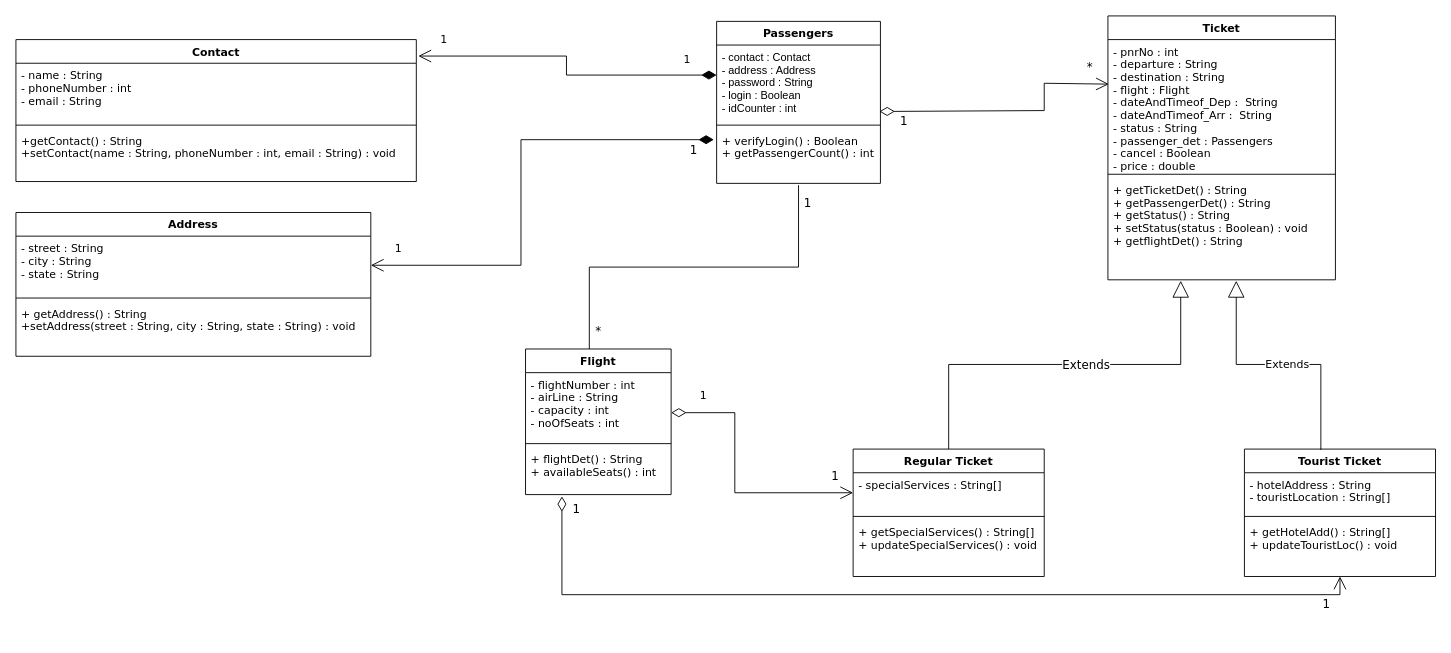
Before: FRS_ClassDiagram.drawio in Saurav-Chowdhury/Flight-Reservation-System, a draw.io diagram. Source tidied: cells renumbered, new cells numbered last; positions are measured from the earlier drawing's top-left corner, leaving out a move shared by most shapes. Both pictures are drawn from the tidied source at 91%, with x=0, y=0 at pixel (15, 15).
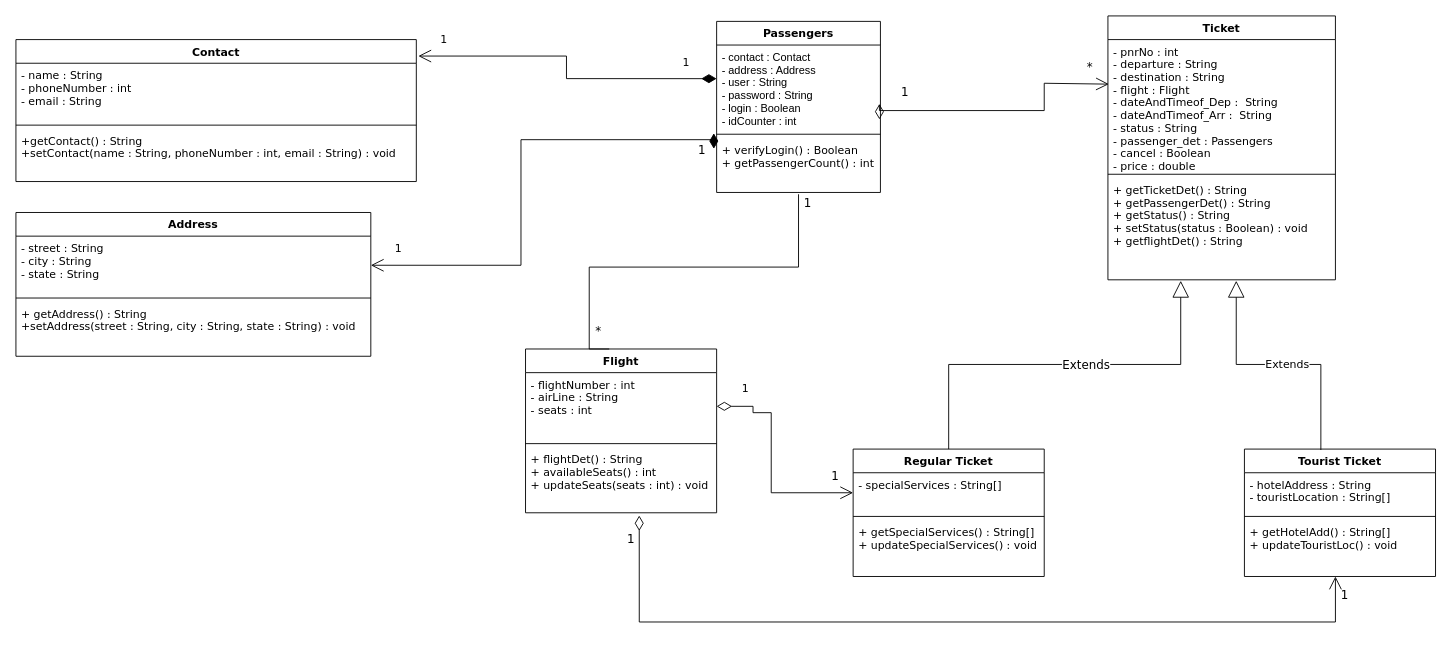
Above is the later version.

Unchanged cells that the change refers to:
```xml
<mxCell id="15" value="- pnrNo : int&#10;- departure : String&#10;- destination : String&#10;- flight : Flight&#10;- dateAndTimeof_Dep :  String&#10;- dateAndTimeof_Arr :  String&#10;- status : String&#10;- passenger_det : Passengers&#10;- cancel : Boolean&#10;- price : double" style="text;strokeColor=none;fillColor=none;align=left;verticalAlign=top;spacingLeft=4;spacingRight=4;overflow=hidden;points=[[0,0.5],[1,0.5]];portConstraint=eastwest;fontFamily=Verdana;" parent="14" vertex="1">
  <mxGeometry y="26" width="250" height="144" as="geometry" />
</mxCell>
<mxCell id="19" value="- specialServices : String[]&#10;" style="text;strokeColor=none;fillColor=none;align=left;verticalAlign=top;spacingLeft=4;spacingRight=4;overflow=hidden;points=[[0,0.5],[1,0.5]];portConstraint=eastwest;fontFamily=Verdana;" parent="18" vertex="1">
  <mxGeometry y="26" width="210" height="44" as="geometry" />
</mxCell>
<mxCell id="25" value="+ getHotelAdd() : String[]&#10;+ updateTouristLoc() : void" style="text;strokeColor=none;fillColor=none;align=left;verticalAlign=top;spacingLeft=4;spacingRight=4;overflow=hidden;points=[[0,0.5],[1,0.5]];portConstraint=eastwest;fontFamily=Verdana;" parent="22" vertex="1">
  <mxGeometry y="78" width="210" height="62" as="geometry" />
</mxCell>
```

Change to the diagram source:
```diff
@@
     <mxCell id="26" value="Flight" style="swimlane;fontStyle=1;align=center;verticalAlign=top;horizontal=1;startSize=26;fontFamily=Verdana;fontSize=12;" parent="1" vertex="1">
-      <mxGeometry x="560" y="366" width="160" height="160" as="geometry" />
+      <mxGeometry x="560" y="366" width="210" height="180" as="geometry" />
     </mxCell>
-    <mxCell id="27" value="- flightNumber : int&#10;- airLine : String&#10;- capacity : int&#10;- noOfSeats : int" style="text;strokeColor=none;fillColor=none;align=left;verticalAlign=top;spacingLeft=4;spacingRight=4;overflow=hidden;points=[[0,0.5],[1,0.5]];portConstraint=eastwest;fontFamily=Verdana;fontSize=12;" parent="26" vertex="1">
-      <mxGeometry y="26" width="160" height="74" as="geometry" />
+    <mxCell id="27" value="- flightNumber : int&#10;- airLine : String&#10;- seats : int" style="text;strokeColor=none;fillColor=none;align=left;verticalAlign=top;spacingLeft=4;spacingRight=4;overflow=hidden;points=[[0,0.5],[1,0.5]];portConstraint=eastwest;fontFamily=Verdana;fontSize=12;" parent="26" vertex="1">
+      <mxGeometry y="26" width="210" height="74" as="geometry" />
     </mxCell>
     <mxCell id="28" style="line;strokeWidth=1;fillColor=none;align=left;verticalAlign=middle;spacingTop=-1;spacingLeft=3;spacingRight=3;labelPosition=right;fontFamily=Verdana;fontSize=12;" parent="26" vertex="1">
-      <mxGeometry y="100" width="160" height="8" as="geometry" />
+      <mxGeometry y="100" width="210" height="8" as="geometry" />
     </mxCell>
-    <mxCell id="29" value="+ flightDet() : String&#10;+ availableSeats() : int" style="text;strokeColor=none;fillColor=none;align=left;verticalAlign=top;spacingLeft=4;spacingRight=4;overflow=hidden;points=[[0,0.5],[1,0.5]];portConstraint=eastwest;fontFamily=Verdana;fontSize=12;" parent="26" vertex="1">
-      <mxGeometry y="108" width="160" height="52" as="geometry" />
+    <mxCell id="29" value="+ flightDet() : String&#10;+ availableSeats() : int&#10;+ updateSeats(seats : int) : void" style="text;strokeColor=none;fillColor=none;align=left;verticalAlign=top;spacingLeft=4;spacingRight=4;overflow=hidden;points=[[0,0.5],[1,0.5]];portConstraint=eastwest;fontFamily=Verdana;fontSize=12;" parent="26" vertex="1">
+      <mxGeometry y="108" width="210" height="72" as="geometry" />
     </mxCell>
     <mxCell id="30" value="Passengers" style="swimlane;fontStyle=1;align=center;verticalAlign=top;horizontal=1;startSize=26;fontFamily=Verdana;" parent="1" vertex="1">
-      <mxGeometry x="770" y="6" width="180" height="178" as="geometry" />
+      <mxGeometry x="770" y="6" width="180" height="188" as="geometry" />
     </mxCell>
-    <mxCell id="31" value="- contact : Contact&#10;- address : Address&#10;- password : String&#10;- login : Boolean&#10;- idCounter : int" style="text;strokeColor=none;fillColor=none;align=left;verticalAlign=top;spacingLeft=4;spacingRight=4;overflow=hidden;points=[[0,0.5],[1,0.5]];portConstraint=eastwest;" parent="30" vertex="1">
-      <mxGeometry y="26" width="180" height="84" as="geometry" />
+    <mxCell id="31" value="- contact : Contact&#10;- address : Address&#10;- user : String&#10;- password : String&#10;- login : Boolean&#10;- idCounter : int" style="text;strokeColor=none;fillColor=none;align=left;verticalAlign=top;spacingLeft=4;spacingRight=4;overflow=hidden;points=[[0,0.5],[1,0.5]];portConstraint=eastwest;" parent="30" vertex="1">
+      <mxGeometry y="26" width="180" height="94" as="geometry" />
     </mxCell>
     <mxCell id="32" style="line;strokeWidth=1;fillColor=none;align=left;verticalAlign=middle;spacingTop=-1;spacingLeft=3;spacingRight=3;labelPosition=right;" parent="30" vertex="1">
-      <mxGeometry y="110" width="180" height="8" as="geometry" />
+      <mxGeometry y="120" width="180" height="8" as="geometry" />
     </mxCell>
     <mxCell id="33" value="+ verifyLogin() : Boolean&#10;+ getPassengerCount() : int" style="text;strokeColor=none;fillColor=none;align=left;verticalAlign=top;spacingLeft=4;spacingRight=4;overflow=hidden;points=[[0,0.5],[1,0.5]];portConstraint=eastwest;fontFamily=Verdana;" parent="30" vertex="1">
-      <mxGeometry y="118" width="180" height="60" as="geometry" />
+      <mxGeometry y="128" width="180" height="60" as="geometry" />
     </mxCell>
@@
-    <mxCell id="36" value="1" style="endArrow=open;html=1;endSize=12;startArrow=diamondThin;startSize=14;startFill=0;edgeStyle=orthogonalEdgeStyle;align=left;verticalAlign=bottom;rounded=0;entryX=0;entryY=0.5;entryDx=0;entryDy=0;fontFamily=Verdana;fontSize=12;" parent="1" edge="1" target="19">
+    <mxCell id="36" value="1" style="endArrow=open;html=1;endSize=12;startArrow=diamondThin;startSize=14;startFill=0;edgeStyle=orthogonalEdgeStyle;align=left;verticalAlign=bottom;rounded=0;entryX=0;entryY=0.5;entryDx=0;entryDy=0;fontFamily=Verdana;fontSize=12;exitX=1;exitY=0.5;exitDx=0;exitDy=0;" parent="1" edge="1" source="27" target="19">
       <mxGeometry x="-0.79" y="10" relative="1" as="geometry">
-        <mxPoint x="720" y="436" as="sourcePoint" />
         <Array as="points">
-          <mxPoint x="790" y="436" />
-          <mxPoint x="790" y="524" />
+          <mxPoint x="810" y="429" />
+          <mxPoint x="810" y="436" />
+          <mxPoint x="830" y="436" />
+          <mxPoint x="830" y="524" />
         </Array>
       </mxGeometry>
     </mxCell>
-    <mxCell id="37" value="&lt;font style=&quot;font-size: 13px&quot;&gt;1&lt;/font&gt;" style="endArrow=open;html=1;endSize=12;startArrow=diamondThin;startSize=14;startFill=0;edgeStyle=orthogonalEdgeStyle;align=left;verticalAlign=bottom;rounded=0;fontFamily=Verdana;fontSize=12;exitX=0.25;exitY=1.038;exitDx=0;exitDy=0;exitPerimeter=0;" parent="1" edge="1" source="29" target="25">
-      <mxGeometry x="-0.95" y="10" relative="1" as="geometry">
-        <Array as="points">
-          <mxPoint x="600" y="636" />
-          <mxPoint x="1455" y="636" />
-        </Array>
-      </mxGeometry>
-    </mxCell>
@@
-    <mxCell id="42" value="1" style="text;html=1;align=center;verticalAlign=middle;strokeColor=none;fillColor=none;fontSize=13;fontFamily=Verdana;" parent="1" vertex="1">
-      <mxGeometry x="1430" y="636" width="20" height="20" as="geometry" />
-    </mxCell>
     <mxCell id="43" value="&lt;font style=&quot;font-size: 13px&quot;&gt;1&lt;/font&gt;" style="endArrow=open;html=1;endSize=12;startArrow=diamondThin;startSize=14;startFill=0;edgeStyle=orthogonalEdgeStyle;align=left;verticalAlign=bottom;rounded=0;fontFamily=Verdana;fontSize=13;exitX=0.994;exitY=0.869;exitDx=0;exitDy=0;exitPerimeter=0;entryX=0.004;entryY=0.34;entryDx=0;entryDy=0;entryPerimeter=0;" parent="1" edge="1" source="31" target="15">
-      <mxGeometry x="-0.85" y="-21" relative="1" as="geometry">
+      <mxGeometry x="-0.78" y="9" relative="1" as="geometry">
         <Array as="points">
           <mxPoint x="1130" y="104" />
           <mxPoint x="1130" y="74" />
         </Array>
       </mxGeometry>
     </mxCell>
@@
+    <mxCell id="37" value="1" style="endArrow=open;html=1;endSize=12;startArrow=diamondThin;startSize=14;startFill=0;edgeStyle=orthogonalEdgeStyle;align=left;verticalAlign=bottom;rounded=0;fontFamily=Verdana;fontSize=13;exitX=0.595;exitY=1.042;exitDx=0;exitDy=0;exitPerimeter=0;" parent="1" edge="1" source="29">
+      <mxGeometry x="-0.92" y="-15" relative="1" as="geometry">
+        <mxPoint x="1450" y="616" as="targetPoint" />
+        <Array as="points">
+          <mxPoint x="685" y="666" />
+          <mxPoint x="1450" y="666" />
+        </Array>
+      </mxGeometry>
+    </mxCell>
+    <mxCell id="42" value="1" style="text;html=1;align=center;verticalAlign=middle;strokeColor=none;fillColor=none;fontSize=13;fontFamily=Verdana;" parent="1" vertex="1">
+      <mxGeometry x="1450" y="626" width="20" height="20" as="geometry" />
+    </mxCell>
```
